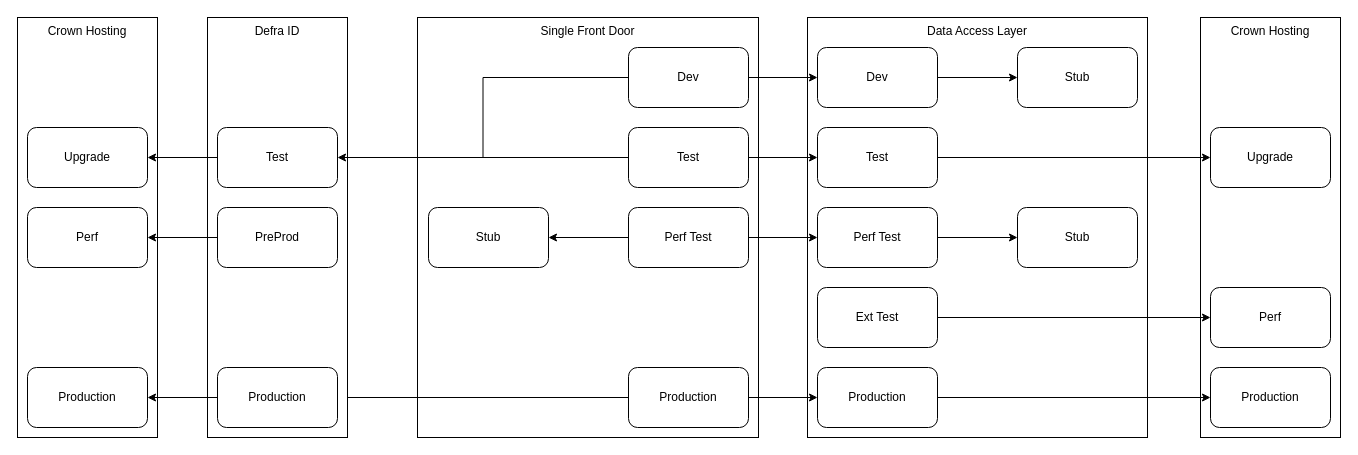
DEFRA/ffc-diagrams keeps this draw.io diagram as SFD/Environments.drawio. Above is the earlier version. Source tidied: cells renumbered, new cells numbered last; positions are measured from the earlier drawing's top-left corner, leaving out a move shared by most shapes. Both pictures are drawn from the tidied source at 100%, with x=0, y=0 at pixel (17, 17).
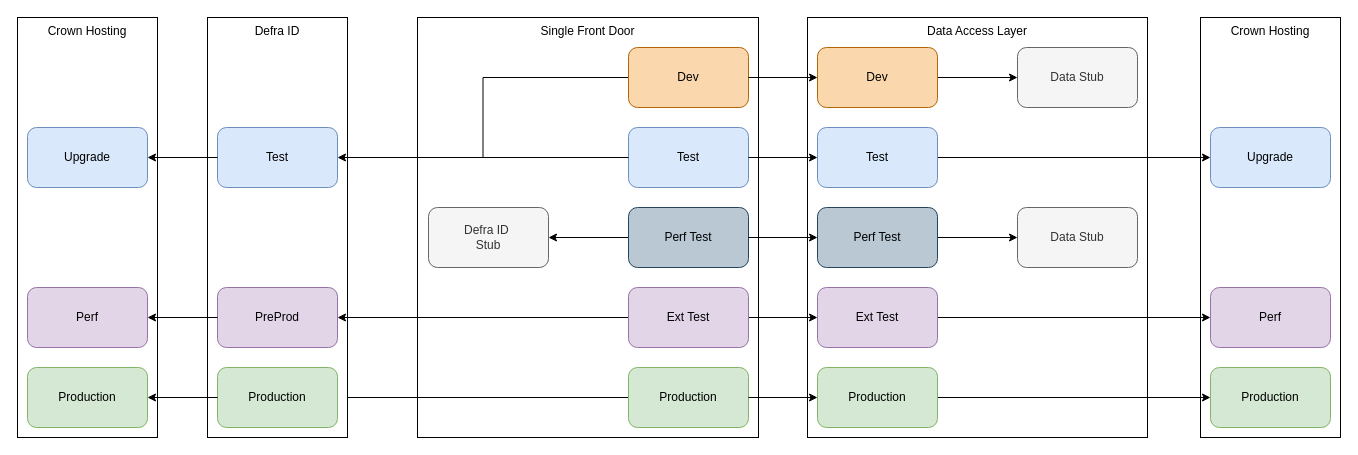
The same diagram, later.

What changed in the source:
```diff
@@
-    <mxCell id="4" value="Upgrade" style="rounded=1;whiteSpace=wrap;html=1;" parent="1" vertex="1">
+    <mxCell id="4" value="Upgrade" style="rounded=1;whiteSpace=wrap;html=1;fillColor=#dae8fc;strokeColor=#6c8ebf;" parent="1" vertex="1">
       <mxGeometry x="1193" y="110" width="120" height="60" as="geometry" />
     </mxCell>
-    <mxCell id="5" value="Production" style="rounded=1;whiteSpace=wrap;html=1;" parent="1" vertex="1">
+    <mxCell id="5" value="Production" style="rounded=1;whiteSpace=wrap;html=1;fillColor=#d5e8d4;strokeColor=#82b366;" parent="1" vertex="1">
       <mxGeometry x="1193" y="350" width="120" height="60" as="geometry" />
     </mxCell>
@@
-    <mxCell id="7" value="Dev" style="rounded=1;whiteSpace=wrap;html=1;" parent="1" vertex="1">
+    <mxCell id="7" value="Dev" style="rounded=1;whiteSpace=wrap;html=1;fillColor=#fad7ac;strokeColor=#b46504;" parent="1" vertex="1">
       <mxGeometry x="611" y="30" width="120" height="60" as="geometry" />
     </mxCell>
-    <mxCell id="8" value="Test" style="rounded=1;whiteSpace=wrap;html=1;" parent="1" vertex="1">
+    <mxCell id="8" value="Test" style="rounded=1;whiteSpace=wrap;html=1;fillColor=#dae8fc;strokeColor=#6c8ebf;" parent="1" vertex="1">
       <mxGeometry x="611" y="110" width="120" height="60" as="geometry" />
     </mxCell>
@@
-    <mxCell id="10" value="Perf Test" style="rounded=1;whiteSpace=wrap;html=1;" parent="1" vertex="1">
+    <mxCell id="10" value="Perf Test" style="rounded=1;whiteSpace=wrap;html=1;fillColor=#bac8d3;strokeColor=#23445d;" parent="1" vertex="1">
       <mxGeometry x="611" y="190" width="120" height="60" as="geometry" />
     </mxCell>
@@
-    <mxCell id="12" value="Production" style="rounded=1;whiteSpace=wrap;html=1;" parent="1" vertex="1">
+    <mxCell id="12" value="Production" style="rounded=1;whiteSpace=wrap;html=1;fillColor=#d5e8d4;strokeColor=#82b366;" parent="1" vertex="1">
       <mxGeometry x="611" y="350" width="120" height="60" as="geometry" />
     </mxCell>
@@
-    <mxCell id="15" value="Dev" style="rounded=1;whiteSpace=wrap;html=1;" parent="1" vertex="1">
+    <mxCell id="15" value="Dev" style="rounded=1;whiteSpace=wrap;html=1;fillColor=#fad7ac;strokeColor=#b46504;" parent="1" vertex="1">
       <mxGeometry x="800" y="30" width="120" height="60" as="geometry" />
     </mxCell>
@@
-    <mxCell id="17" value="Test" style="rounded=1;whiteSpace=wrap;html=1;" parent="1" vertex="1">
+    <mxCell id="17" value="Test" style="rounded=1;whiteSpace=wrap;html=1;fillColor=#dae8fc;strokeColor=#6c8ebf;" parent="1" vertex="1">
       <mxGeometry x="800" y="110" width="120" height="60" as="geometry" />
     </mxCell>
@@
-    <mxCell id="19" value="Perf Test" style="rounded=1;whiteSpace=wrap;html=1;" parent="1" vertex="1">
+    <mxCell id="19" value="Perf Test" style="rounded=1;whiteSpace=wrap;html=1;fillColor=#bac8d3;strokeColor=#23445d;" parent="1" vertex="1">
       <mxGeometry x="800" y="190" width="120" height="60" as="geometry" />
     </mxCell>
@@
-    <mxCell id="21" value="Production" style="rounded=1;whiteSpace=wrap;html=1;" parent="1" vertex="1">
+    <mxCell id="21" value="Production" style="rounded=1;whiteSpace=wrap;html=1;fillColor=#d5e8d4;strokeColor=#82b366;" parent="1" vertex="1">
       <mxGeometry x="800" y="350" width="120" height="60" as="geometry" />
     </mxCell>
@@
-    <mxCell id="26" value="Stub" style="rounded=1;whiteSpace=wrap;html=1;" parent="1" vertex="1">
+    <mxCell id="26" value="Data Stub" style="rounded=1;whiteSpace=wrap;html=1;fillColor=#f5f5f5;fontColor=#333333;strokeColor=#666666;" parent="1" vertex="1">
       <mxGeometry x="1000" y="30" width="120" height="60" as="geometry" />
     </mxCell>
-    <mxCell id="27" value="Stub" style="rounded=1;whiteSpace=wrap;html=1;" parent="1" vertex="1">
+    <mxCell id="27" value="Data Stub" style="rounded=1;whiteSpace=wrap;html=1;fillColor=#f5f5f5;fontColor=#333333;strokeColor=#666666;" parent="1" vertex="1">
       <mxGeometry x="1000" y="190" width="120" height="60" as="geometry" />
     </mxCell>
@@
-    <mxCell id="29" value="Test" style="rounded=1;whiteSpace=wrap;html=1;" parent="1" vertex="1">
+    <mxCell id="29" value="Test" style="rounded=1;whiteSpace=wrap;html=1;fillColor=#dae8fc;strokeColor=#6c8ebf;" parent="1" vertex="1">
       <mxGeometry x="200" y="110" width="120" height="60" as="geometry" />
     </mxCell>
-    <mxCell id="30" value="PreProd" style="rounded=1;whiteSpace=wrap;html=1;" parent="1" vertex="1">
-      <mxGeometry x="200" y="190" width="120" height="60" as="geometry" />
+    <mxCell id="30" value="PreProd" style="rounded=1;whiteSpace=wrap;html=1;fillColor=#e1d5e7;strokeColor=#9673a6;" parent="1" vertex="1">
+      <mxGeometry x="200" y="270" width="120" height="60" as="geometry" />
     </mxCell>
-    <mxCell id="31" value="Production" style="rounded=1;whiteSpace=wrap;html=1;" parent="1" vertex="1">
+    <mxCell id="31" value="Production" style="rounded=1;whiteSpace=wrap;html=1;fillColor=#d5e8d4;strokeColor=#82b366;" parent="1" vertex="1">
       <mxGeometry x="200" y="350" width="120" height="60" as="geometry" />
     </mxCell>
-    <mxCell id="32" value="Stub" style="rounded=1;whiteSpace=wrap;html=1;" parent="1" vertex="1">
+    <mxCell id="32" value="Defra ID&amp;nbsp;&lt;div&gt;Stub&lt;/div&gt;" style="rounded=1;whiteSpace=wrap;html=1;fillColor=#f5f5f5;fontColor=#333333;strokeColor=#666666;" parent="1" vertex="1">
       <mxGeometry x="411" y="190" width="120" height="60" as="geometry" />
     </mxCell>
@@
-    <mxCell id="35" value="Upgrade" style="rounded=1;whiteSpace=wrap;html=1;" parent="1" vertex="1">
+    <mxCell id="35" value="Upgrade" style="rounded=1;whiteSpace=wrap;html=1;fillColor=#dae8fc;strokeColor=#6c8ebf;" parent="1" vertex="1">
       <mxGeometry x="10" y="110" width="120" height="60" as="geometry" />
     </mxCell>
-    <mxCell id="36" value="Production" style="rounded=1;whiteSpace=wrap;html=1;" parent="1" vertex="1">
+    <mxCell id="36" value="Production" style="rounded=1;whiteSpace=wrap;html=1;fillColor=#d5e8d4;strokeColor=#82b366;" parent="1" vertex="1">
       <mxGeometry x="10" y="350" width="120" height="60" as="geometry" />
     </mxCell>
-    <mxCell id="37" value="Perf" style="rounded=1;whiteSpace=wrap;html=1;" parent="1" vertex="1">
-      <mxGeometry x="10" y="190" width="120" height="60" as="geometry" />
+    <mxCell id="37" value="Perf" style="rounded=1;whiteSpace=wrap;html=1;fillColor=#e1d5e7;strokeColor=#9673a6;" parent="1" vertex="1">
+      <mxGeometry x="10" y="270" width="120" height="60" as="geometry" />
     </mxCell>
@@
-    <mxCell id="41" value="Perf" style="rounded=1;whiteSpace=wrap;html=1;" parent="1" vertex="1">
+    <mxCell id="41" value="Perf" style="rounded=1;whiteSpace=wrap;html=1;fillColor=#e1d5e7;strokeColor=#9673a6;" parent="1" vertex="1">
       <mxGeometry x="1193" y="270" width="120" height="60" as="geometry" />
     </mxCell>
@@
-    <mxCell id="43" value="Ext Test" style="rounded=1;whiteSpace=wrap;html=1;" parent="1" vertex="1">
+    <mxCell id="43" value="Ext Test" style="rounded=1;whiteSpace=wrap;html=1;fillColor=#e1d5e7;strokeColor=#9673a6;" parent="1" vertex="1">
       <mxGeometry x="800" y="270" width="120" height="60" as="geometry" />
     </mxCell>
+    <mxCell id="44" style="edgeStyle=orthogonalEdgeStyle;rounded=0;jettySize=auto;html=1;entryX=0;entryY=0.5;entryDx=0;entryDy=0;" parent="1" edge="1" source="46" target="43">
+      <mxGeometry relative="1" as="geometry" />
+    </mxCell>
+    <mxCell id="45" style="edgeStyle=orthogonalEdgeStyle;rounded=0;jettySize=auto;html=1;" parent="1" edge="1" source="46" target="30">
+      <mxGeometry relative="1" as="geometry" />
+    </mxCell>
+    <mxCell id="46" value="Ext Test" style="rounded=1;whiteSpace=wrap;html=1;fillColor=#e1d5e7;strokeColor=#9673a6;" parent="1" vertex="1">
+      <mxGeometry x="611" y="270" width="120" height="60" as="geometry" />
+    </mxCell>
```
